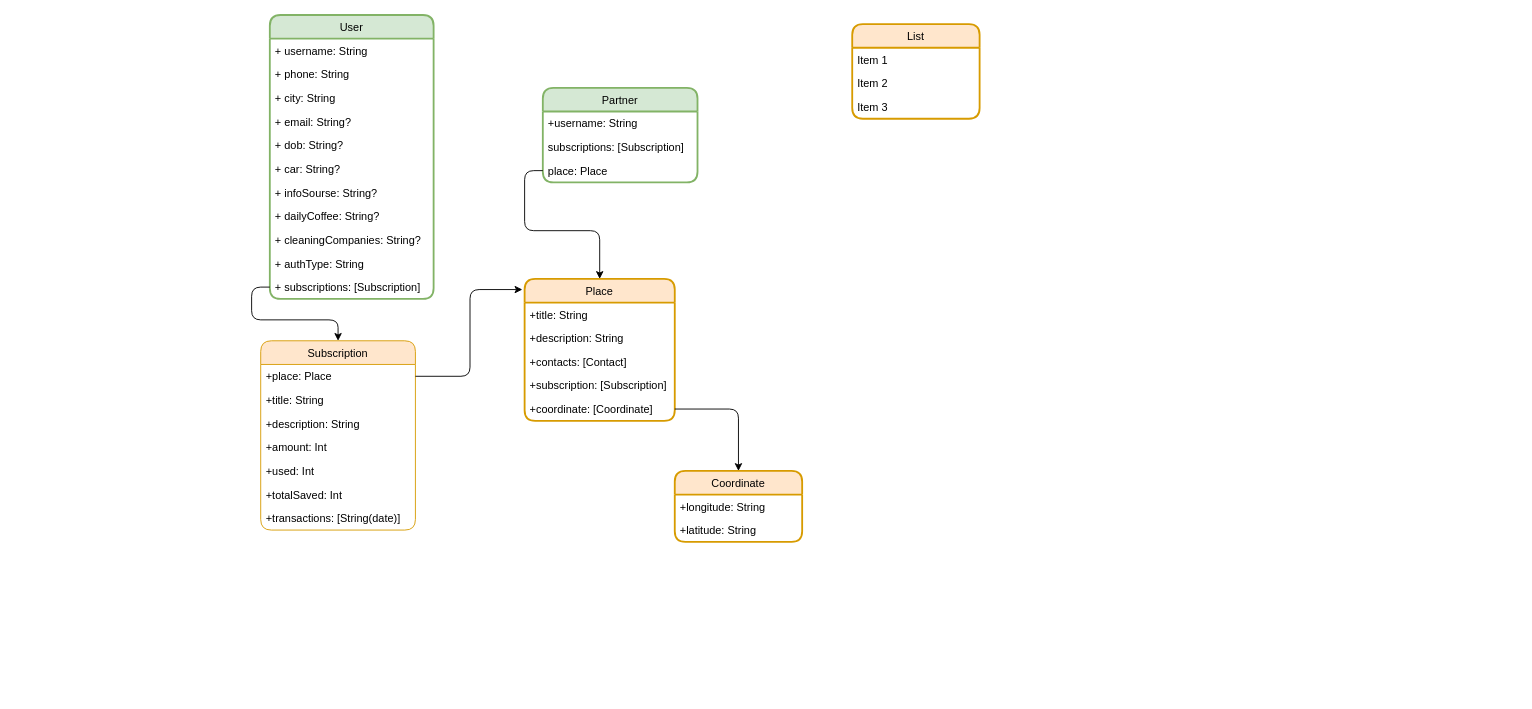
Before: urbanist.drawio in Dmitriy-Holovnia/schemes, a draw.io diagram. Source tidied: cells renumbered, new cells numbered last; positions are measured from the earlier drawing's top-left corner, leaving out a move shared by most shapes. Both pictures are drawn from the tidied source at 91%, with x=0, y=0 at pixel (260, 15).
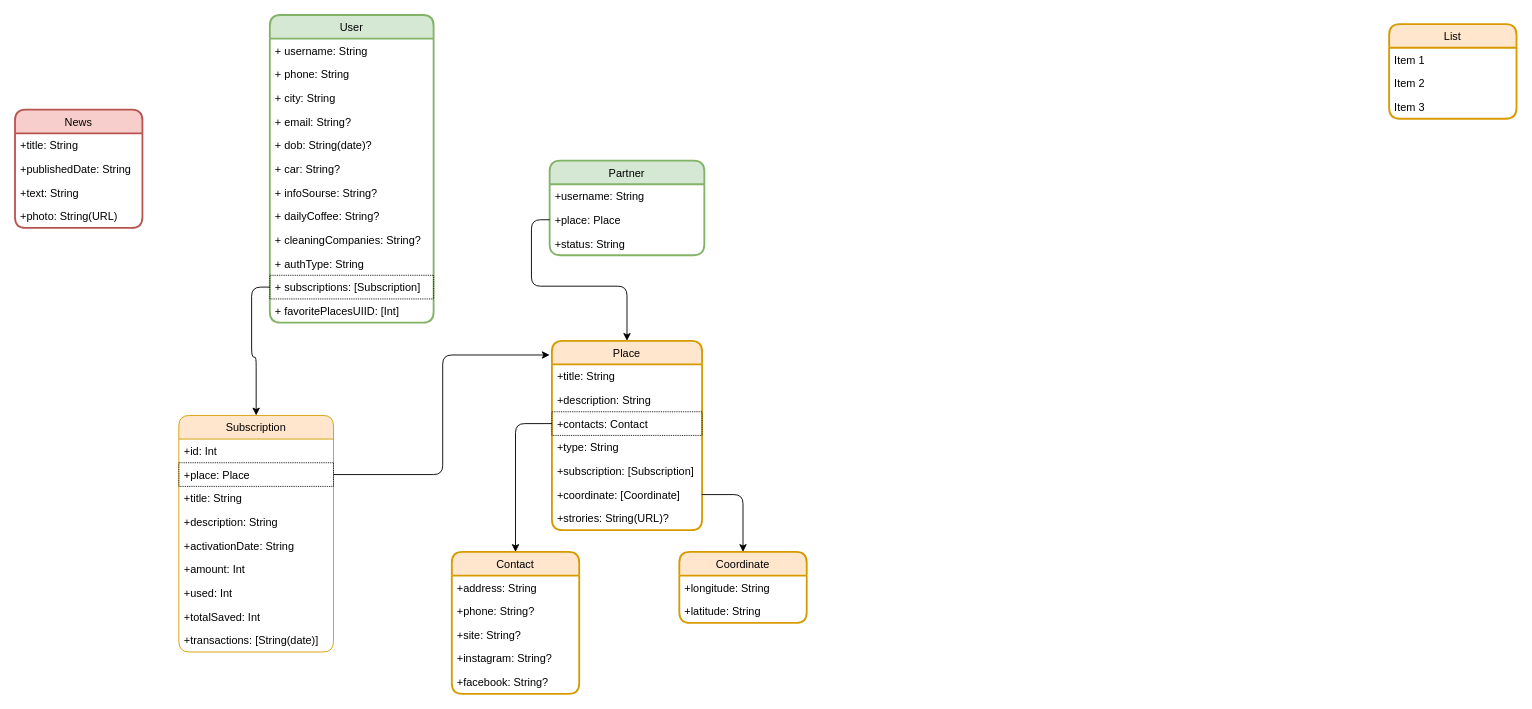
The same diagram, later.

The edit, as a diff of the source:
```diff
@@
     <mxCell id="2" value="User" style="swimlane;fontStyle=0;horizontal=1;startSize=26;fillColor=#d5e8d4;strokeColor=#82b366;rounded=1;shadow=0;sketch=0;glass=0;swimlaneFillColor=#ffffff;strokeWidth=2;" parent="1" vertex="1">
-      <mxGeometry x="10" width="180" height="312" as="geometry" />
+      <mxGeometry x="10" width="180" height="338" as="geometry" />
     </mxCell>
@@
-    <mxCell id="7" value="+ dob: String?" style="text;strokeColor=none;fillColor=none;align=left;verticalAlign=top;spacingLeft=4;spacingRight=4;overflow=hidden;" parent="2" vertex="1">
+    <mxCell id="7" value="+ dob: String(date)?" style="text;strokeColor=none;fillColor=none;align=left;verticalAlign=top;spacingLeft=4;spacingRight=4;overflow=hidden;" parent="2" vertex="1">
       <mxGeometry y="130" width="180" height="26" as="geometry" />
     </mxCell>
@@
-    <mxCell id="13" value="+ subscriptions: [Subscription]" style="text;strokeColor=none;fillColor=none;align=left;verticalAlign=top;spacingLeft=4;spacingRight=4;overflow=hidden;points=[[0,0.5],[1,0.5]];portConstraint=eastwest;" parent="2" vertex="1">
+    <mxCell id="13" value="+ subscriptions: [Subscription]" style="text;fillColor=none;align=left;verticalAlign=top;spacingLeft=4;spacingRight=4;overflow=hidden;points=[[0,0.5],[1,0.5]];portConstraint=eastwest;dashed=1;strokeColor=#000000;rounded=0;dashPattern=1 1;" parent="2" vertex="1">
       <mxGeometry y="286" width="180" height="26" as="geometry" />
     </mxCell>
+    <mxCell id="43" value="+ favoritePlacesUIID: [Int]" style="text;strokeColor=none;fillColor=none;align=left;verticalAlign=top;spacingLeft=4;spacingRight=4;overflow=hidden;" parent="2" vertex="1">
+      <mxGeometry y="312" width="180" height="26" as="geometry" />
+    </mxCell>
     <mxCell id="14" value="Partner" style="swimlane;fontStyle=0;horizontal=1;startSize=26;fillColor=#d5e8d4;strokeColor=#82b366;rounded=1;strokeWidth=2;swimlaneFillColor=#ffffff;" parent="1" vertex="1">
-      <mxGeometry x="310" y="80" width="170" height="104" as="geometry" />
+      <mxGeometry x="317.5" y="160" width="170" height="104" as="geometry" />
     </mxCell>
@@
-    <mxCell id="16" value="subscriptions: [Subscription]" style="text;strokeColor=none;fillColor=none;align=left;verticalAlign=top;spacingLeft=4;spacingRight=4;overflow=hidden;" parent="14" vertex="1">
-      <mxGeometry y="52" width="170" height="26" as="geometry" />
-    </mxCell>
-    <mxCell id="17" value="place: Place" style="text;strokeColor=none;fillColor=none;align=left;verticalAlign=top;spacingLeft=4;spacingRight=4;overflow=hidden;points=[[0,0.5],[1,0.5]];portConstraint=eastwest;" parent="14" vertex="1">
-      <mxGeometry y="78" width="170" height="26" as="geometry" />
+    <mxCell id="17" value="+place: Place" style="text;strokeColor=none;fillColor=none;align=left;verticalAlign=top;spacingLeft=4;spacingRight=4;overflow=hidden;points=[[0,0.5],[1,0.5]];portConstraint=eastwest;" parent="14" vertex="1">
+      <mxGeometry y="52" width="170" height="26" as="geometry" />
     </mxCell>
+    <mxCell id="44" value="+status: String" style="text;strokeColor=none;fillColor=none;align=left;verticalAlign=top;spacingLeft=4;spacingRight=4;overflow=hidden;" parent="14" vertex="1">
+      <mxGeometry y="78" width="170" height="26" as="geometry" />
+    </mxCell>
     <mxCell id="18" value="List" style="swimlane;fontStyle=0;horizontal=1;startSize=26;fillColor=#ffe6cc;strokeColor=#d79b00;rounded=1;swimlaneFillColor=#ffffff;strokeWidth=2;" parent="1" vertex="1">
-      <mxGeometry x="650" y="10" width="140" height="104" as="geometry" />
+      <mxGeometry x="1240" y="10" width="140" height="104" as="geometry" />
     </mxCell>
@@
     <mxCell id="22" value="Subscription" style="swimlane;fontStyle=0;horizontal=1;startSize=26;fillColor=#ffe6cc;strokeColor=#d79b00;rounded=1;swimlaneFillColor=#ffffff;" parent="1" vertex="1">
-      <mxGeometry y="358" width="170" height="208" as="geometry" />
+      <mxGeometry x="-90" y="440" width="170" height="260" as="geometry" />
     </mxCell>
+    <mxCell id="45" value="+id: Int" style="text;strokeColor=none;fillColor=none;align=left;verticalAlign=top;spacingLeft=4;spacingRight=4;overflow=hidden;" parent="22" vertex="1">
+      <mxGeometry y="26" width="170" height="26" as="geometry" />
+    </mxCell>
-    <mxCell id="23" value="+place: Place" style="text;strokeColor=none;fillColor=none;align=left;verticalAlign=top;spacingLeft=4;spacingRight=4;overflow=hidden;points=[[0,0.5],[1,0.5]];portConstraint=eastwest;" parent="22" vertex="1">
-      <mxGeometry y="26" width="170" height="26" as="geometry" />
+    <mxCell id="23" value="+place: Place" style="text;fillColor=none;align=left;verticalAlign=top;spacingLeft=4;spacingRight=4;overflow=hidden;points=[[0,0.5],[1,0.5]];portConstraint=eastwest;strokeColor=#000000;dashed=1;dashPattern=1 1;" parent="22" vertex="1">
+      <mxGeometry y="52" width="170" height="26" as="geometry" />
     </mxCell>
     <mxCell id="24" value="+title: String" style="text;strokeColor=none;fillColor=none;align=left;verticalAlign=top;spacingLeft=4;spacingRight=4;overflow=hidden;" parent="22" vertex="1">
-      <mxGeometry y="52" width="170" height="26" as="geometry" />
+      <mxGeometry y="78" width="170" height="26" as="geometry" />
     </mxCell>
     <mxCell id="25" value="+description: String" style="text;strokeColor=none;fillColor=none;align=left;verticalAlign=top;spacingLeft=4;spacingRight=4;overflow=hidden;" parent="22" vertex="1">
-      <mxGeometry y="78" width="170" height="26" as="geometry" />
+      <mxGeometry y="104" width="170" height="26" as="geometry" />
     </mxCell>
+    <mxCell id="46" value="+activationDate: String" style="text;strokeColor=none;fillColor=none;align=left;verticalAlign=top;spacingLeft=4;spacingRight=4;overflow=hidden;" parent="22" vertex="1">
+      <mxGeometry y="130" width="170" height="26" as="geometry" />
+    </mxCell>
     <mxCell id="26" value="+amount: Int" style="text;strokeColor=none;fillColor=none;align=left;verticalAlign=top;spacingLeft=4;spacingRight=4;overflow=hidden;" parent="22" vertex="1">
-      <mxGeometry y="104" width="170" height="26" as="geometry" />
+      <mxGeometry y="156" width="170" height="26" as="geometry" />
     </mxCell>
     <mxCell id="27" value="+used: Int" style="text;strokeColor=none;fillColor=none;align=left;verticalAlign=top;spacingLeft=4;spacingRight=4;overflow=hidden;" parent="22" vertex="1">
-      <mxGeometry y="130" width="170" height="26" as="geometry" />
+      <mxGeometry y="182" width="170" height="26" as="geometry" />
     </mxCell>
     <mxCell id="28" value="+totalSaved: Int" style="text;strokeColor=none;fillColor=none;align=left;verticalAlign=top;spacingLeft=4;spacingRight=4;overflow=hidden;" parent="22" vertex="1">
-      <mxGeometry y="156" width="170" height="26" as="geometry" />
+      <mxGeometry y="208" width="170" height="26" as="geometry" />
     </mxCell>
     <mxCell id="29" value="+transactions: [String(date)]" style="text;strokeColor=none;fillColor=none;align=left;verticalAlign=top;spacingLeft=4;spacingRight=4;overflow=hidden;" parent="22" vertex="1">
-      <mxGeometry y="182" width="170" height="26" as="geometry" />
+      <mxGeometry y="234" width="170" height="26" as="geometry" />
     </mxCell>
     <mxCell id="30" value="Place" style="swimlane;fontStyle=0;horizontal=1;startSize=26;fillColor=#ffe6cc;strokeColor=#d79b00;rounded=1;swimlaneFillColor=#ffffff;strokeWidth=2;" parent="1" vertex="1">
-      <mxGeometry x="290" y="290" width="165" height="156" as="geometry" />
+      <mxGeometry x="320" y="358" width="165" height="208" as="geometry" />
     </mxCell>
@@
-    <mxCell id="33" value="+contacts: [Contact]" style="text;strokeColor=none;fillColor=none;align=left;verticalAlign=top;spacingLeft=4;spacingRight=4;overflow=hidden;points=[[0,0.5],[1,0.5]];portConstraint=eastwest;" parent="30" vertex="1">
+    <mxCell id="33" value="+contacts: Contact" style="text;fillColor=none;align=left;verticalAlign=top;spacingLeft=4;spacingRight=4;overflow=hidden;points=[[0,0.5],[1,0.5]];portConstraint=eastwest;dashed=1;dashPattern=1 1;strokeColor=#000000;" parent="30" vertex="1">
       <mxGeometry y="78" width="165" height="26" as="geometry" />
     </mxCell>
+    <mxCell id="47" value="+type: String" style="text;strokeColor=none;fillColor=none;align=left;verticalAlign=top;spacingLeft=4;spacingRight=4;overflow=hidden;" parent="30" vertex="1">
+      <mxGeometry y="104" width="165" height="26" as="geometry" />
+    </mxCell>
     <mxCell id="34" value="+subscription: [Subscription]" style="text;strokeColor=none;fillColor=none;align=left;verticalAlign=top;spacingLeft=4;spacingRight=4;overflow=hidden;" parent="30" vertex="1">
-      <mxGeometry y="104" width="165" height="26" as="geometry" />
+      <mxGeometry y="130" width="165" height="26" as="geometry" />
     </mxCell>
-    <mxCell id="35" value="+coordinate: [Coordinate]" style="text;strokeColor=none;fillColor=none;align=left;verticalAlign=top;spacingLeft=4;spacingRight=4;overflow=hidden;points=[[0,0.5],[1,0.5]];portConstraint=eastwest;" parent="30" vertex="1">
-      <mxGeometry y="130" width="165" height="26" as="geometry" />
+    <mxCell id="35" value="+coordinate: [Coordinate]" style="text;strokeColor=none;fillColor=none;align=left;verticalAlign=top;spacingLeft=4;spacingRight=4;overflow=hidden;points=[[0,0.5],[1,0.5]];portConstraint=eastwest;dashed=1;dashPattern=1 1;" parent="30" vertex="1">
+      <mxGeometry y="156" width="165" height="26" as="geometry" />
     </mxCell>
+    <mxCell id="48" value="+strories: String(URL)?" style="text;strokeColor=none;fillColor=none;align=left;verticalAlign=top;spacingLeft=4;spacingRight=4;overflow=hidden;" parent="30" vertex="1">
+      <mxGeometry y="182" width="165" height="26" as="geometry" />
+    </mxCell>
@@
     <mxCell id="37" value="Coordinate" style="swimlane;fontStyle=0;horizontal=1;startSize=26;fillColor=#ffe6cc;strokeColor=#d79b00;rounded=1;swimlaneFillColor=#ffffff;strokeWidth=2;" parent="1" vertex="1">
-      <mxGeometry x="455" y="501" width="140" height="78" as="geometry" />
+      <mxGeometry x="460" y="590" width="140" height="78" as="geometry" />
     </mxCell>
@@
+    <mxCell id="49" value="Contact" style="swimlane;fontStyle=0;horizontal=1;startSize=26;fillColor=#ffe6cc;strokeColor=#d79b00;rounded=1;swimlaneFillColor=#ffffff;strokeWidth=2;" parent="1" vertex="1">
+      <mxGeometry x="210" y="590" width="140" height="156" as="geometry" />
+    </mxCell>
+    <mxCell id="50" value="+address: String" style="text;strokeColor=none;fillColor=none;align=left;verticalAlign=top;spacingLeft=4;spacingRight=4;overflow=hidden;" parent="49" vertex="1">
+      <mxGeometry y="26" width="140" height="26" as="geometry" />
+    </mxCell>
+    <mxCell id="51" value="+phone: String?" style="text;strokeColor=none;fillColor=none;align=left;verticalAlign=top;spacingLeft=4;spacingRight=4;overflow=hidden;" parent="49" vertex="1">
+      <mxGeometry y="52" width="140" height="26" as="geometry" />
+    </mxCell>
+    <mxCell id="52" value="+site: String?" style="text;strokeColor=none;fillColor=none;align=left;verticalAlign=top;spacingLeft=4;spacingRight=4;overflow=hidden;" parent="49" vertex="1">
+      <mxGeometry y="78" width="140" height="26" as="geometry" />
+    </mxCell>
+    <mxCell id="53" value="+instagram: String?" style="text;strokeColor=none;fillColor=none;align=left;verticalAlign=top;spacingLeft=4;spacingRight=4;overflow=hidden;" parent="49" vertex="1">
+      <mxGeometry y="104" width="140" height="26" as="geometry" />
+    </mxCell>
+    <mxCell id="54" value="+facebook: String?" style="text;strokeColor=none;fillColor=none;align=left;verticalAlign=top;spacingLeft=4;spacingRight=4;overflow=hidden;" parent="49" vertex="1">
+      <mxGeometry y="130" width="140" height="26" as="geometry" />
+    </mxCell>
+    <mxCell id="55" style="edgeStyle=orthogonalEdgeStyle;rounded=1;jettySize=auto;html=1;entryX=0.5;entryY=0;entryDx=0;entryDy=0;fontColor=#67AB9F;" parent="1" edge="1" source="33" target="49">
+      <mxGeometry relative="1" as="geometry" />
+    </mxCell>
+    <mxCell id="56" value="News" style="swimlane;fontStyle=0;horizontal=1;startSize=26;fillColor=#f8cecc;strokeColor=#b85450;rounded=1;swimlaneFillColor=#ffffff;strokeWidth=2;" parent="1" vertex="1">
+      <mxGeometry x="-270" y="104" width="140" height="130" as="geometry" />
+    </mxCell>
+    <mxCell id="57" value="+title: String" style="text;strokeColor=none;fillColor=none;align=left;verticalAlign=top;spacingLeft=4;spacingRight=4;overflow=hidden;" parent="56" vertex="1">
+      <mxGeometry y="26" width="140" height="26" as="geometry" />
+    </mxCell>
+    <mxCell id="58" value="+publishedDate: String" style="text;strokeColor=none;fillColor=none;align=left;verticalAlign=top;spacingLeft=4;spacingRight=4;overflow=hidden;" parent="56" vertex="1">
+      <mxGeometry y="52" width="140" height="26" as="geometry" />
+    </mxCell>
+    <mxCell id="59" value="+text: String" style="text;strokeColor=none;fillColor=none;align=left;verticalAlign=top;spacingLeft=4;spacingRight=4;overflow=hidden;" parent="56" vertex="1">
+      <mxGeometry y="78" width="140" height="26" as="geometry" />
+    </mxCell>
+    <mxCell id="60" value="+photo: String(URL)" style="text;strokeColor=none;fillColor=none;align=left;verticalAlign=top;spacingLeft=4;spacingRight=4;overflow=hidden;" parent="56" vertex="1">
+      <mxGeometry y="104" width="140" height="26" as="geometry" />
+    </mxCell>
```
